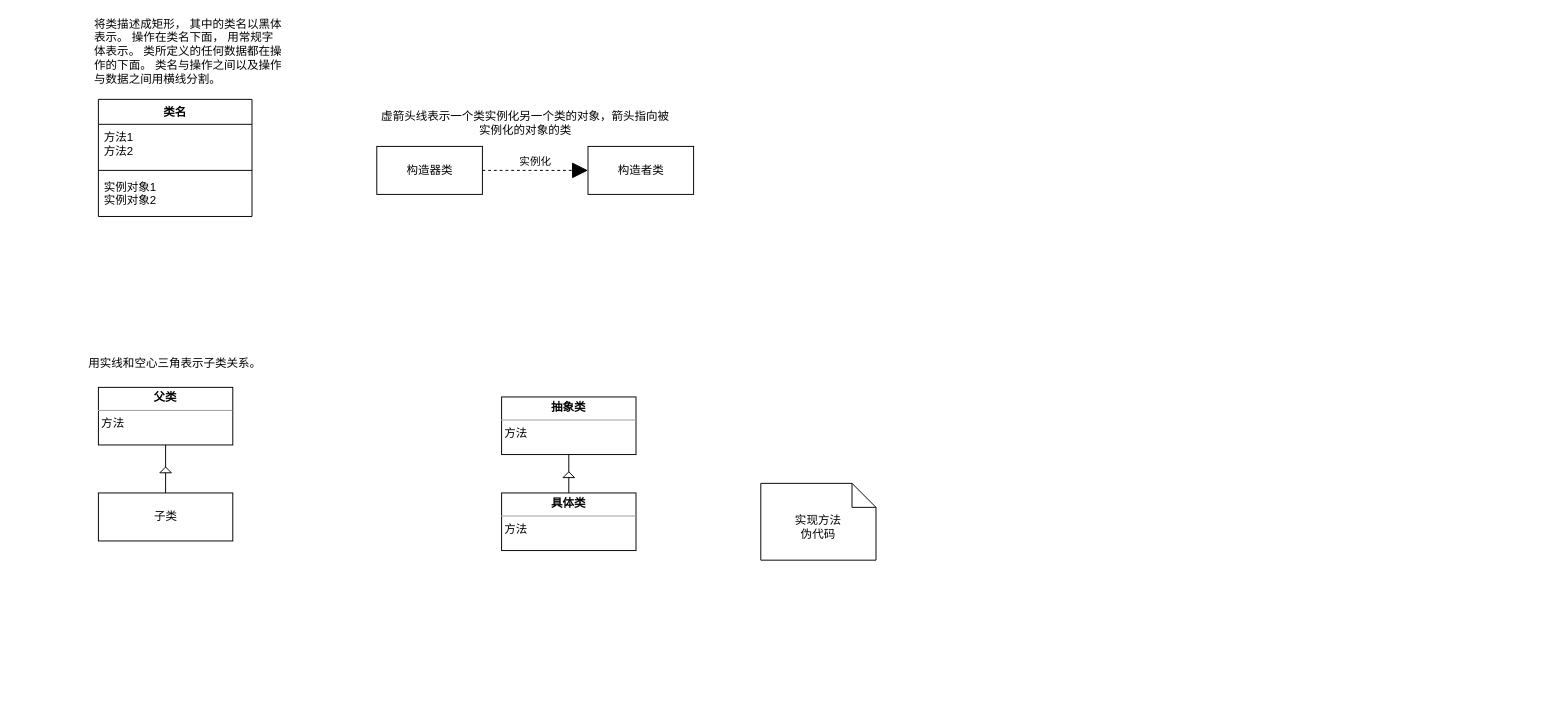
ChinaChong/Diagrams keeps this draw.io diagram as Untitled Diagram.drawio. Above is the earlier version. Source tidied: cells renumbered, new cells numbered last; positions are measured from the earlier drawing's top-left corner, leaving out a move shared by most shapes. Both pictures are drawn from the tidied source at 96%, with x=0, y=0 at pixel (16, 41).
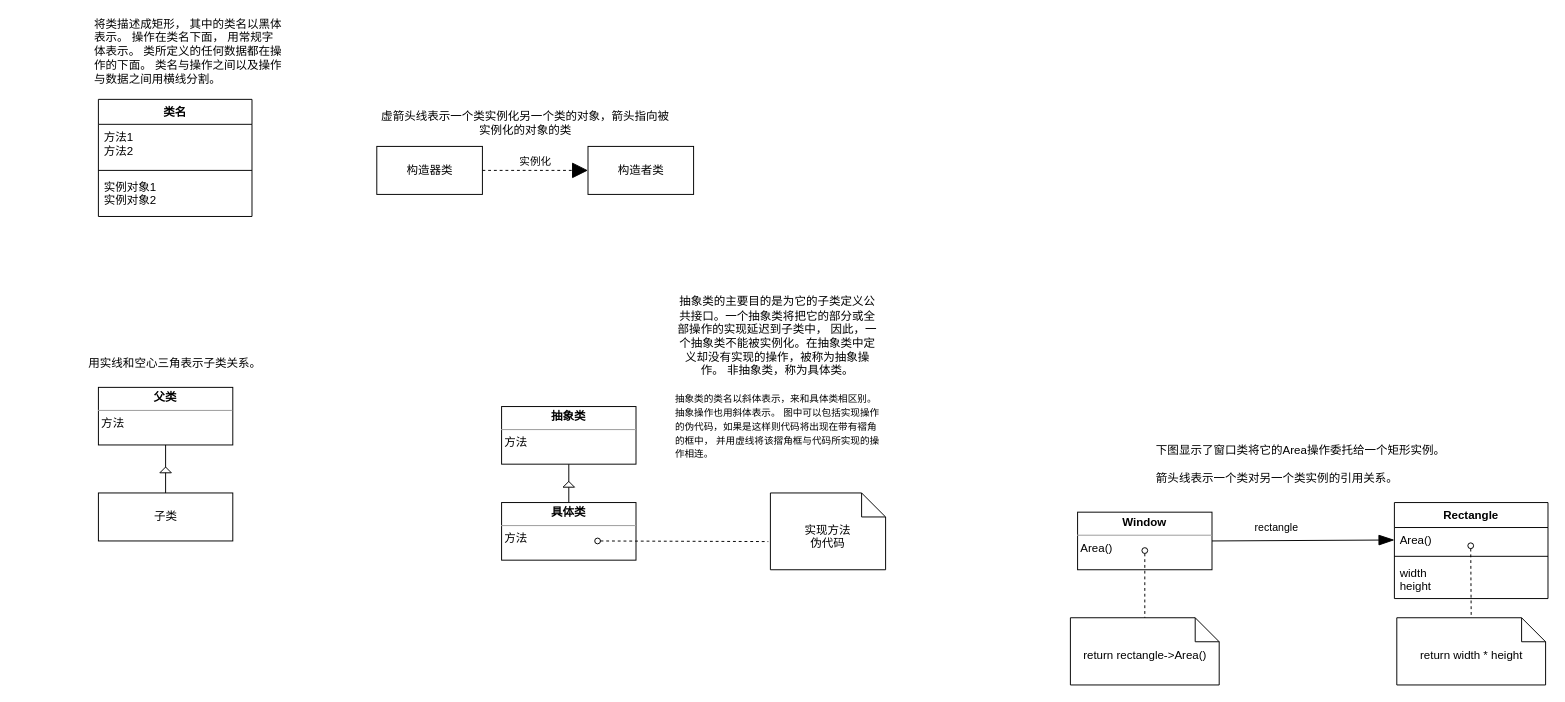
The same diagram, later.

What changed in the source:
```diff
@@
     <mxCell id="17" value="&lt;p style=&quot;margin: 0px ; margin-top: 4px ; text-align: center&quot;&gt;&lt;b&gt;抽象类&lt;/b&gt;&lt;/p&gt;&lt;hr size=&quot;1&quot;&gt;&lt;div style=&quot;height: 2px&quot;&gt;&amp;nbsp;方法&lt;/div&gt;" style="verticalAlign=top;align=left;overflow=fill;fontSize=12;fontFamily=Helvetica;html=1;hachureGap=4;" parent="1" vertex="1">
-      <mxGeometry x="505" y="370" width="140" height="60" as="geometry" />
+      <mxGeometry x="505" y="380" width="140" height="60" as="geometry" />
     </mxCell>
     <mxCell id="18" value="&lt;p style=&quot;margin: 0px ; margin-top: 4px ; text-align: center&quot;&gt;&lt;b&gt;具体类&lt;/b&gt;&lt;/p&gt;&lt;hr size=&quot;1&quot;&gt;&lt;div style=&quot;height: 2px&quot;&gt;&amp;nbsp;方法&lt;/div&gt;" style="verticalAlign=top;align=left;overflow=fill;fontSize=12;fontFamily=Helvetica;html=1;hachureGap=4;" parent="1" vertex="1">
-      <mxGeometry x="505" y="470" width="140" height="60" as="geometry" />
+      <mxGeometry x="505" y="480" width="140" height="60" as="geometry" />
     </mxCell>
     <mxCell id="19" value="实现方法&lt;br&gt;伪代码" style="shape=note2;boundedLbl=1;whiteSpace=wrap;html=1;size=25;verticalAlign=top;align=center;hachureGap=4;fillColor=default;" parent="1" vertex="1">
-      <mxGeometry x="775" y="460" width="120" height="80" as="geometry" />
+      <mxGeometry x="785" y="470" width="120" height="80" as="geometry" />
     </mxCell>
     <mxCell id="20" style="group;" parent="1" vertex="1">
-      <mxGeometry x="569" y="430" width="12" height="50" as="geometry" />
+      <mxGeometry x="569" y="440" width="12" height="50" as="geometry" />
     </mxCell>
@@
+    <mxCell id="22" style="endArrow=none;html=1;rounded=0;align=center;verticalAlign=top;endFill=0;labelBackgroundColor=none;endSize=6;startArrow=oval;startFill=0;sourcePerimeterSpacing=8;targetPerimeterSpacing=8;entryX=-0.018;entryY=0.633;entryDx=0;entryDy=0;entryPerimeter=0;dashed=1;" parent="1" edge="1" target="19">
+      <mxGeometry relative="1" as="geometry">
+        <mxPoint x="605" y="520" as="sourcePoint" />
+      </mxGeometry>
+    </mxCell>
+    <mxCell id="23" value="抽象类的主要目的是为它的子类定义公共接口。一个抽象类将把它的部分或全部操作的实现延迟到子类中， 因此，一个抽象类不能被实例化。在抽象类中定义却没有实现的操作，被称为抽象操作。 非抽象类，称为具体类。&lt;br&gt;&lt;br&gt;&lt;div style=&quot;text-align: left&quot;&gt;&lt;font size=&quot;1&quot;&gt;抽象类的类名以斜体表示，来和具体类相区别。 抽象操作也用斜体表示。 图中可以包括实现操作的伪代码，如果是这样则代码将出现在带有褶角的框中， 并用虚线将该摺角框与代码所实现的操作相连。&lt;/font&gt;&lt;/div&gt;" style="text;html=1;strokeColor=none;fillColor=none;align=center;verticalAlign=middle;whiteSpace=wrap;rounded=0;hachureGap=4;" parent="1" vertex="1">
+      <mxGeometry x="685" y="320" width="215" height="60" as="geometry" />
+    </mxCell>
+    <mxCell id="24" value="&lt;p style=&quot;margin: 0px ; margin-top: 4px ; text-align: center&quot;&gt;&lt;b&gt;Window&lt;/b&gt;&lt;/p&gt;&lt;hr size=&quot;1&quot;&gt;&lt;div style=&quot;height: 2px&quot;&gt;&amp;nbsp;Area()&lt;/div&gt;" style="verticalAlign=top;align=left;overflow=fill;fontSize=12;fontFamily=Helvetica;html=1;hachureGap=4;" parent="1" vertex="1">
+      <mxGeometry x="1105" y="490" width="140" height="60" as="geometry" />
+    </mxCell>
+    <mxCell id="25" value="return rectangle-&amp;gt;Area()" style="shape=note2;boundedLbl=1;whiteSpace=wrap;html=1;size=25;verticalAlign=top;align=center;hachureGap=4;fillColor=default;" parent="1" vertex="1">
+      <mxGeometry x="1097.5" y="600" width="155" height="70" as="geometry" />
+    </mxCell>
+    <mxCell id="26" style="endArrow=none;html=1;rounded=0;align=center;verticalAlign=top;endFill=0;labelBackgroundColor=none;endSize=6;startArrow=oval;startFill=0;sourcePerimeterSpacing=8;targetPerimeterSpacing=8;entryX=0.5;entryY=0;entryDx=0;entryDy=0;entryPerimeter=0;dashed=1;" parent="1" edge="1" target="25">
+      <mxGeometry relative="1" as="geometry">
+        <mxPoint x="1175" y="530" as="sourcePoint" />
+      </mxGeometry>
+    </mxCell>
+    <mxCell id="27" value="Rectangle" style="swimlane;fontStyle=1;align=center;verticalAlign=top;horizontal=1;startSize=26;hachureGap=4;fillColor=#FFFFFF;" parent="1" vertex="1">
+      <mxGeometry x="1435" y="480" width="160" height="100" as="geometry" />
+    </mxCell>
+    <mxCell id="28" value="Area()" style="text;strokeColor=none;fillColor=none;align=left;verticalAlign=top;spacingLeft=4;spacingRight=4;overflow=hidden;points=[[0,0.5],[1,0.5]];portConstraint=eastwest;" parent="27" vertex="1">
+      <mxGeometry y="26" width="160" height="26" as="geometry" />
+    </mxCell>
+    <mxCell id="29" style="line;strokeWidth=1;fillColor=none;align=left;verticalAlign=middle;spacingTop=-1;spacingLeft=3;spacingRight=3;labelPosition=right;" parent="27" vertex="1">
+      <mxGeometry y="52" width="160" height="8" as="geometry" />
+    </mxCell>
+    <mxCell id="30" style="endArrow=none;html=1;rounded=0;align=center;verticalAlign=top;endFill=0;labelBackgroundColor=none;endSize=6;startArrow=oval;startFill=0;sourcePerimeterSpacing=8;targetPerimeterSpacing=8;dashed=1;entryX=0.5;entryY=0;entryDx=0;entryDy=0;entryPerimeter=0;" parent="27" edge="1" target="34">
+      <mxGeometry relative="1" as="geometry">
+        <mxPoint x="79.5" y="45" as="sourcePoint" />
+      </mxGeometry>
+    </mxCell>
+    <mxCell id="31" value="width&#10;height" style="text;strokeColor=none;fillColor=none;align=left;verticalAlign=top;spacingLeft=4;spacingRight=4;overflow=hidden;" parent="27" vertex="1">
+      <mxGeometry y="60" width="160" height="40" as="geometry" />
+    </mxCell>
+    <mxCell id="32" style="html=1;verticalAlign=bottom;labelBackgroundColor=none;endArrow=blockThin;endFill=1;startSize=14;endSize=14;sourcePerimeterSpacing=8;targetPerimeterSpacing=8;entryX=0;entryY=0.5;entryDx=0;entryDy=0;exitX=1;exitY=0.5;exitDx=0;exitDy=0;" parent="1" edge="1" source="24" target="28">
+      <mxGeometry relative="1" as="geometry" />
+    </mxCell>
+    <mxCell id="33" value="rectangle" style="edgeLabel;html=1;align=center;verticalAlign=middle;" parent="32" vertex="1">
+      <mxGeometry x="-0.29" y="3" relative="1" as="geometry">
+        <mxPoint y="-11" as="offset" />
+      </mxGeometry>
+    </mxCell>
+    <mxCell id="34" value="return width * height" style="shape=note2;boundedLbl=1;whiteSpace=wrap;html=1;size=25;verticalAlign=top;align=center;hachureGap=4;fillColor=default;" parent="1" vertex="1">
+      <mxGeometry x="1437.5" y="600" width="155" height="70" as="geometry" />
+    </mxCell>
+    <mxCell id="35" value="下图显示了窗口类将它的Area操作委托给一个矩形实例。&lt;br&gt;&lt;br&gt;箭头线表示一个类对另一个类实例的引用关系。" style="text;html=1;strokeColor=none;fillColor=none;align=left;verticalAlign=middle;whiteSpace=wrap;rounded=0;hachureGap=4;" parent="1" vertex="1">
+      <mxGeometry x="1185" y="410" width="330" height="60" as="geometry" />
+    </mxCell>
```
